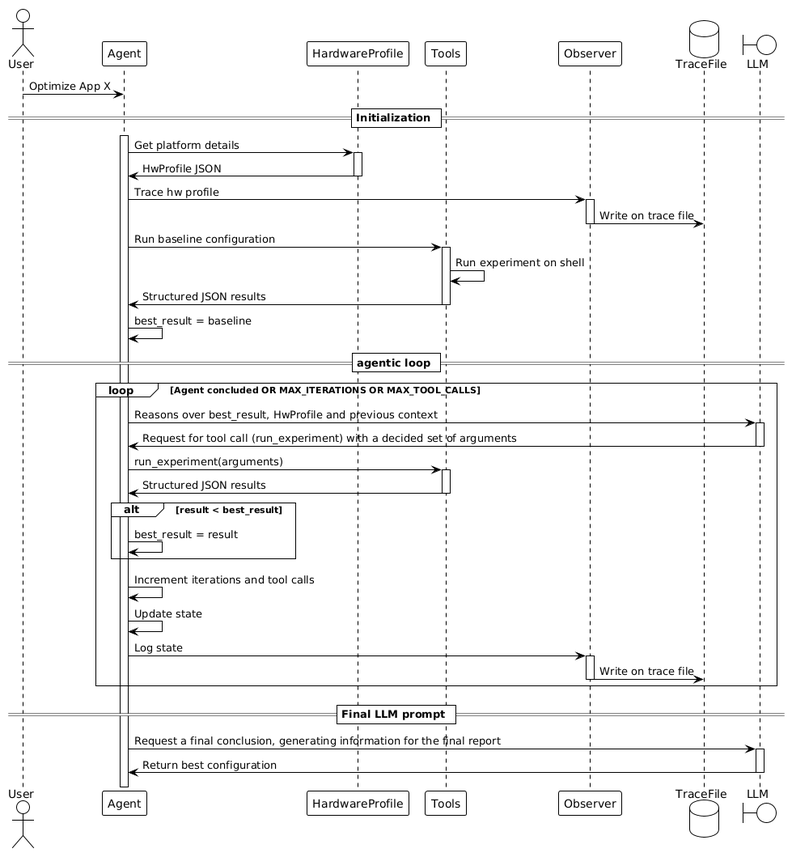
jecksondsouza/agentic-hpc keeps this PlantUML diagram as doc/imgs/sequence_diagram.png. Above is the earlier version. Its diagram source:
```plantuml
@startuml
!theme mono


Actor User as us
Participant Agent as ag
Participant HardwareProfile as hwp
Participant Tools as tl
Participant Observer as obs
Database TraceFile as trace
Boundary LLM as llm

us -> ag: Optimize App X
== Initialization ==
activate ag
ag -> hwp: Get platform details
activate hwp
hwp -> ag: HwProfile JSON
deactivate hwp
ag -> obs: Trace hw profile
activate obs
obs -> trace: Write on trace file
deactivate obs
ag -> tl: Run baseline configuration
activate tl
tl -> tl: Run experiment on shell
tl -> ag: Structured JSON results
deactivate tl
ag -> ag: best_result = baseline
== agentic loop ==
loop Agent concluded OR MAX_ITERATIONS OR MAX_TOOL_CALLS
  ag -> llm: Reasons over best_result, HwProfile and previous context
  activate llm
  llm -> ag: Request for tool call (run_experiment) with a decided set of arguments
  deactivate llm
  ag -> tl: run_experiment(arguments)
  activate tl
  tl -> ag: Structured JSON results
  deactivate tl
  alt result < best_result
    ag -> ag: best_result = result
  end
  ag -> ag: Increment iterations and tool calls
  ag -> ag: Update state
  ag -> obs: Log state
  activate obs
  obs -> trace: Write on trace file
  deactivate obs
end
== Final LLM prompt ==
ag -> llm: Request a final conclusion, generating information for the final report
activate llm
llm -> ag: Return best configuration
deactivate llm
@enduml
```
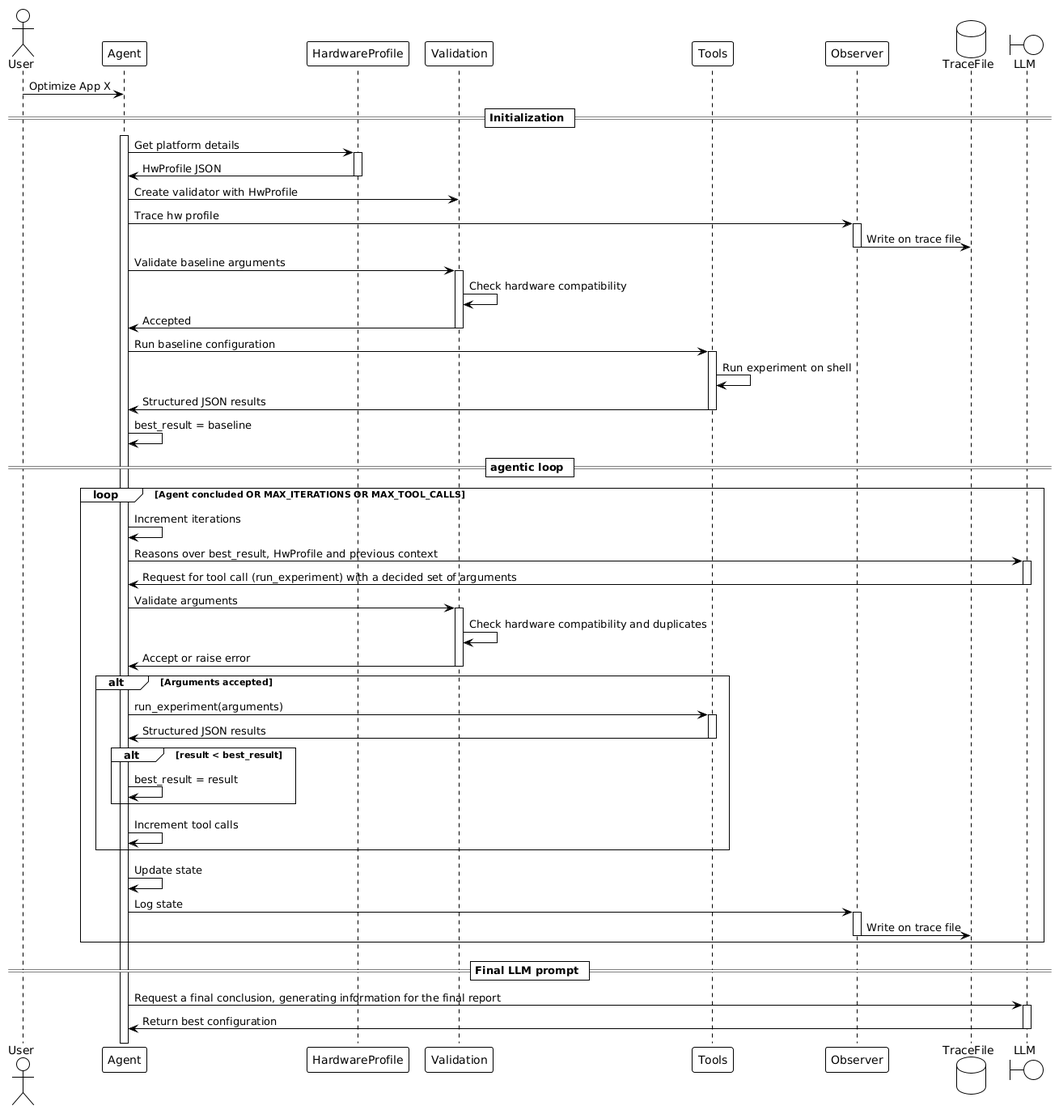
The same file after the commit.

Change to the diagram source:
```diff
@@ -5,6 +5,7 @@
 Actor User as us
 Participant Agent as ag
 Participant HardwareProfile as hwp
+Participant Validation as val
 Participant Tools as tl
 Participant Observer as obs
 Database TraceFile as trace
@@ -17,10 +18,16 @@
 activate hwp
 hwp -> ag: HwProfile JSON
 deactivate hwp
+ag -> val: Create validator with HwProfile
 ag -> obs: Trace hw profile
 activate obs
 obs -> trace: Write on trace file
 deactivate obs
+ag -> val: Validate baseline arguments
+activate val
+val -> val: Check hardware compatibility
+val -> ag: Accepted
+deactivate val
 ag -> tl: Run baseline configuration
 activate tl
 tl -> tl: Run experiment on shell
@@ -29,18 +36,26 @@
 ag -> ag: best_result = baseline
 == agentic loop ==
 loop Agent concluded OR MAX_ITERATIONS OR MAX_TOOL_CALLS
+  ag -> ag: Increment iterations
   ag -> llm: Reasons over best_result, HwProfile and previous context
   activate llm
   llm -> ag: Request for tool call (run_experiment) with a decided set of arguments
   deactivate llm
-  ag -> tl: run_experiment(arguments)
-  activate tl
-  tl -> ag: Structured JSON results
-  deactivate tl
-  alt result < best_result
-    ag -> ag: best_result = result
+  ag -> val: Validate arguments
+  activate val
+  val -> val: Check hardware compatibility and duplicates
+  val -> ag: Accept or raise error
+  deactivate val
+  alt Arguments accepted
+    ag -> tl: run_experiment(arguments)
+    activate tl
+    tl -> ag: Structured JSON results
+    deactivate tl
+    alt result < best_result
+      ag -> ag: best_result = result
+    end
+    ag -> ag: Increment tool calls
   end
-  ag -> ag: Increment iterations and tool calls
   ag -> ag: Update state
   ag -> obs: Log state
   activate obs
```
